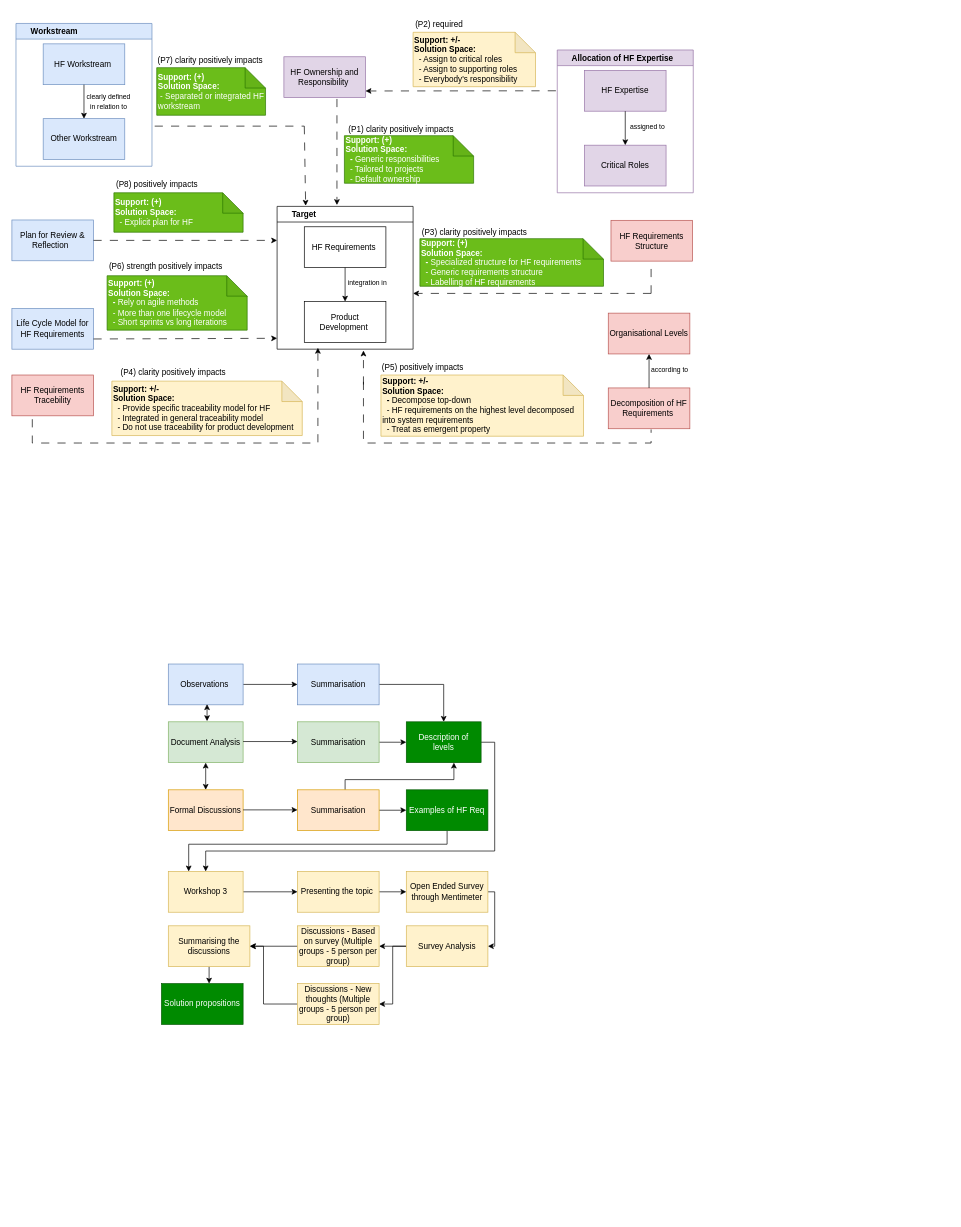
Earlier version of the draw.io diagram HF practices.drawio (amnapir/Figures). Source tidied: cells renumbered, new cells numbered last; positions are measured from the earlier drawing's top-left corner, leaving out a move shared by most shapes. Both pictures are drawn from the tidied source at 68%, with x=0, y=0 at pixel (12, 12).
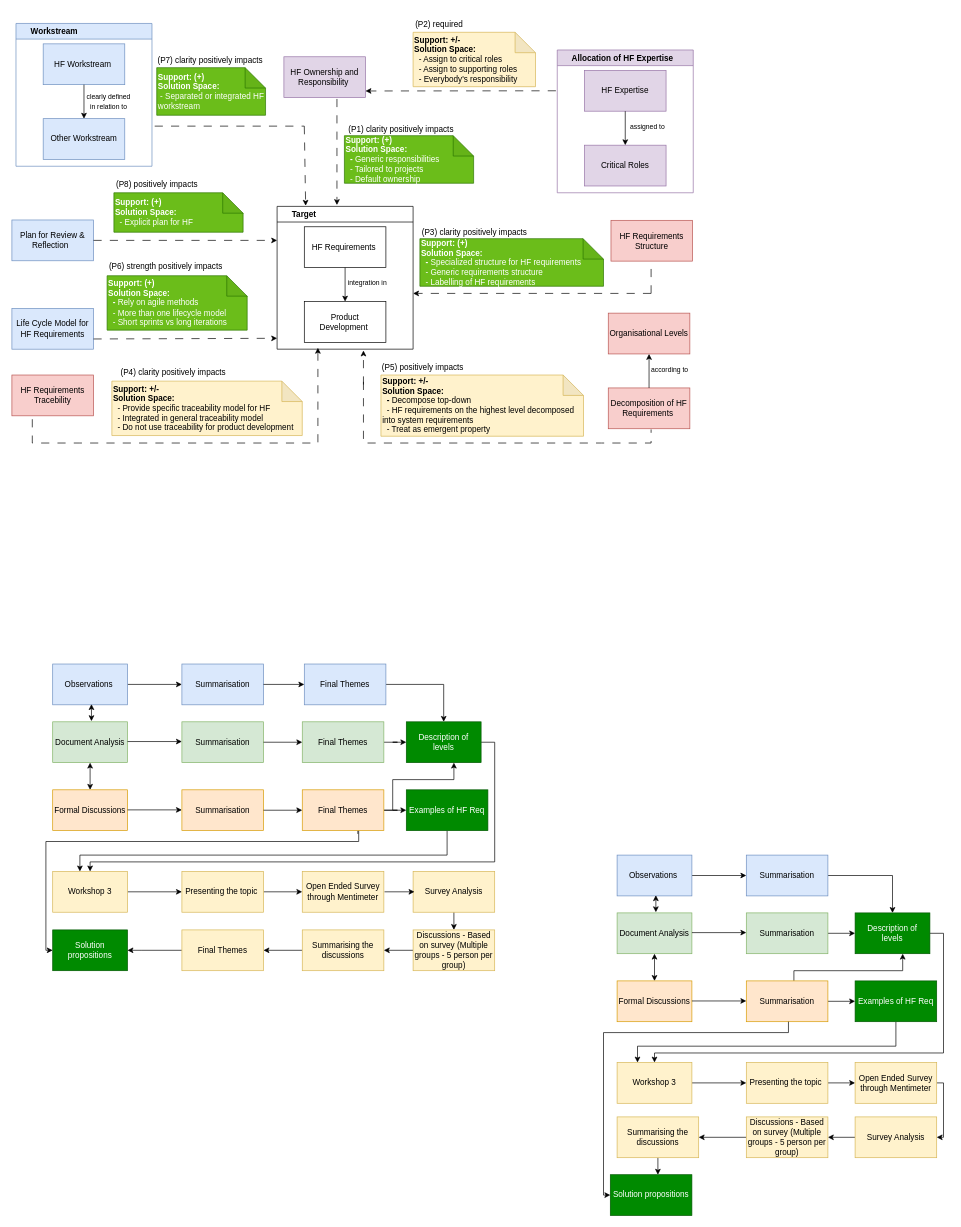
The same page after the edit.

Unchanged cells that the change refers to:
```xml
<mxCell id="74" value="Examples of HF Req" style="rounded=0;whiteSpace=wrap;html=1;fillColor=#008a00;strokeColor=#005700;fontColor=#ffffff;" parent="1" vertex="1">
  <mxGeometry x="580" y="1144" width="120" height="60" as="geometry" />
</mxCell>
<mxCell id="80" value="Description of &amp;nbsp;levels&amp;nbsp;" style="rounded=0;whiteSpace=wrap;html=1;fillColor=#008a00;strokeColor=#005700;fontColor=#ffffff;" parent="1" vertex="1">
  <mxGeometry x="580" y="1044" width="110" height="60" as="geometry" />
</mxCell>
```

Change to the diagram source:
```diff
@@
     <mxCell id="62" value="Presenting the topic&amp;nbsp;" style="rounded=0;whiteSpace=wrap;html=1;fillColor=#fff2cc;strokeColor=#d6b656;" parent="1" vertex="1">
-      <mxGeometry x="420" y="1264" width="120" height="60" as="geometry" />
+      <mxGeometry x="250" y="1264" width="120" height="60" as="geometry" />
     </mxCell>
-    <mxCell id="63" style="edgeStyle=orthogonalEdgeStyle;rounded=0;jettySize=auto;html=1;entryX=1;entryY=0.5;entryDx=0;entryDy=0;" parent="1" edge="1" source="64" target="67">
-      <mxGeometry relative="1" as="geometry">
-        <Array as="points">
-          <mxPoint x="710" y="1294" />
-          <mxPoint x="710" y="1374" />
-        </Array>
-      </mxGeometry>
-    </mxCell>
     <mxCell id="64" value="Open Ended Survey through Mentimeter" style="rounded=0;whiteSpace=wrap;html=1;fillColor=#fff2cc;strokeColor=#d6b656;" parent="1" vertex="1">
-      <mxGeometry x="580" y="1264" width="120" height="60" as="geometry" />
+      <mxGeometry x="427" y="1264" width="120" height="60" as="geometry" />
     </mxCell>
     <mxCell id="65" style="edgeStyle=orthogonalEdgeStyle;rounded=0;jettySize=auto;html=1;" parent="1" edge="1" source="67" target="87">
-      <mxGeometry relative="1" as="geometry" />
+      <mxGeometry relative="1" as="geometry">
+        <Array as="points">
+          <mxPoint x="640" y="1374" />
+        </Array>
+      </mxGeometry>
     </mxCell>
-    <mxCell id="66" style="edgeStyle=orthogonalEdgeStyle;rounded=0;jettySize=auto;html=1;entryX=1;entryY=0.5;entryDx=0;entryDy=0;" parent="1" edge="1" source="67" target="89">
-      <mxGeometry relative="1" as="geometry" />
-    </mxCell>
     <mxCell id="67" value="Survey Analysis" style="rounded=0;whiteSpace=wrap;html=1;fillColor=#fff2cc;strokeColor=#d6b656;" parent="1" vertex="1">
-      <mxGeometry x="580" y="1344" width="120" height="60" as="geometry" />
+      <mxGeometry x="590" y="1264" width="120" height="60" as="geometry" />
     </mxCell>
-    <mxCell id="68" style="edgeStyle=orthogonalEdgeStyle;rounded=0;jettySize=auto;html=1;" parent="1" edge="1" source="69" target="95">
-      <mxGeometry relative="1" as="geometry">
-        <Array as="points">
-          <mxPoint x="290" y="1430" />
-          <mxPoint x="290" y="1430" />
-        </Array>
-      </mxGeometry>
+    <mxCell id="68" style="edgeStyle=orthogonalEdgeStyle;rounded=0;jettySize=auto;html=1;" parent="1" edge="1" source="69" target="105">
+      <mxGeometry relative="1" as="geometry" />
     </mxCell>
     <mxCell id="69" value="Summarising the discussions" style="rounded=0;whiteSpace=wrap;html=1;fillColor=#fff2cc;strokeColor=#d6b656;" parent="1" vertex="1">
-      <mxGeometry x="230" y="1344" width="120" height="60" as="geometry" />
+      <mxGeometry x="427" y="1350" width="120" height="60" as="geometry" />
     </mxCell>
@@
     <mxCell id="71" value="Workshop 3" style="rounded=0;whiteSpace=wrap;html=1;fillColor=#fff2cc;strokeColor=#d6b656;" parent="1" vertex="1">
-      <mxGeometry x="230" y="1264" width="110" height="60" as="geometry" />
+      <mxGeometry x="60" y="1264" width="110" height="60" as="geometry" />
     </mxCell>
     <mxCell id="72" value="Formal Discussions" style="rounded=0;whiteSpace=wrap;html=1;fillColor=#ffe6cc;strokeColor=#d79b00;" parent="1" vertex="1">
-      <mxGeometry x="230" y="1144" width="110" height="60" as="geometry" />
+      <mxGeometry x="60" y="1144" width="110" height="60" as="geometry" />
     </mxCell>
-    <mxCell id="73" style="edgeStyle=orthogonalEdgeStyle;rounded=0;jettySize=auto;html=1;" parent="1" edge="1" source="74">
+    <mxCell id="73" style="edgeStyle=orthogonalEdgeStyle;rounded=0;jettySize=auto;html=1;" parent="1" edge="1" source="74" target="71">
       <mxGeometry relative="1" as="geometry">
-        <mxPoint x="260" y="1264" as="targetPoint" />
         <Array as="points">
-          <mxPoint x="640" y="1224" />
-          <mxPoint x="260" y="1224" />
-          <mxPoint x="260" y="1264" />
+          <mxPoint x="640" y="1240" />
+          <mxPoint x="100" y="1240" />
         </Array>
       </mxGeometry>
     </mxCell>
@@
     <mxCell id="75" value="Document Analysis" style="rounded=0;whiteSpace=wrap;html=1;fillColor=#d5e8d4;strokeColor=#82b366;" parent="1" vertex="1">
-      <mxGeometry x="230" y="1044" width="110" height="60" as="geometry" />
+      <mxGeometry x="60" y="1044" width="110" height="60" as="geometry" />
     </mxCell>
@@
-    <mxCell id="77" style="edgeStyle=orthogonalEdgeStyle;rounded=0;jettySize=auto;html=1;" parent="1" edge="1" source="78" target="80">
+    <mxCell id="77" style="edgeStyle=orthogonalEdgeStyle;rounded=0;jettySize=auto;html=1;" parent="1" edge="1" source="100" target="80">
       <mxGeometry relative="1" as="geometry" />
     </mxCell>
     <mxCell id="78" value="Summarisation" style="rounded=0;whiteSpace=wrap;html=1;fillColor=#d5e8d4;strokeColor=#82b366;" parent="1" vertex="1">
-      <mxGeometry x="420" y="1044" width="120" height="60" as="geometry" />
+      <mxGeometry x="250" y="1044" width="120" height="60" as="geometry" />
     </mxCell>
     <mxCell id="79" style="edgeStyle=orthogonalEdgeStyle;rounded=0;jettySize=auto;html=1;entryX=0.5;entryY=0;entryDx=0;entryDy=0;" parent="1" edge="1" source="80" target="71">
       <mxGeometry relative="1" as="geometry">
         <Array as="points">
           <mxPoint x="710" y="1074" />
-          <mxPoint x="710" y="1234" />
-          <mxPoint x="285" y="1234" />
+          <mxPoint x="710" y="1250" />
+          <mxPoint x="115" y="1250" />
         </Array>
       </mxGeometry>
     </mxCell>
@@
     <mxCell id="81" style="endArrow=classic;html=1;rounded=0;exitX=1;exitY=0.5;exitDx=0;exitDy=0;entryX=0;entryY=0.5;entryDx=0;entryDy=0;" parent="1" edge="1">
       <mxGeometry relative="1" as="geometry">
-        <mxPoint x="340" y="1073" as="sourcePoint" />
-        <mxPoint x="420" y="1073" as="targetPoint" />
+        <mxPoint x="170" y="1073" as="sourcePoint" />
+        <mxPoint x="250" y="1073" as="targetPoint" />
       </mxGeometry>
     </mxCell>
     <mxCell id="82" style="endArrow=classic;html=1;rounded=0;exitX=1;exitY=0.5;exitDx=0;exitDy=0;entryX=0;entryY=0.5;entryDx=0;entryDy=0;" parent="1" edge="1">
       <mxGeometry relative="1" as="geometry">
-        <mxPoint x="340" y="1173.5" as="sourcePoint" />
-        <mxPoint x="420" y="1173.5" as="targetPoint" />
+        <mxPoint x="170" y="1173.5" as="sourcePoint" />
+        <mxPoint x="250" y="1173.5" as="targetPoint" />
       </mxGeometry>
     </mxCell>
-    <mxCell id="83" style="edgeStyle=orthogonalEdgeStyle;rounded=0;jettySize=auto;html=1;" parent="1" edge="1" source="85" target="74">
+    <mxCell id="83" style="edgeStyle=orthogonalEdgeStyle;rounded=0;jettySize=auto;html=1;" parent="1" edge="1" source="101" target="74">
       <mxGeometry relative="1" as="geometry" />
     </mxCell>
-    <mxCell id="84" style="edgeStyle=orthogonalEdgeStyle;rounded=0;jettySize=auto;html=1;" parent="1" edge="1" source="85" target="80">
+    <mxCell id="84" style="edgeStyle=orthogonalEdgeStyle;rounded=0;jettySize=auto;html=1;exitX=1;exitY=0.5;exitDx=0;exitDy=0;" parent="1" edge="1" source="101" target="80">
       <mxGeometry relative="1" as="geometry">
         <Array as="points">
-          <mxPoint x="490" y="1129" />
+          <mxPoint x="560" y="1174" />
+          <mxPoint x="560" y="1129" />
           <mxPoint x="650" y="1129" />
         </Array>
       </mxGeometry>
     </mxCell>
     <mxCell id="85" value="Summarisation" style="rounded=0;whiteSpace=wrap;html=1;fillColor=#ffe6cc;strokeColor=#d79b00;" parent="1" vertex="1">
-      <mxGeometry x="420" y="1144" width="120" height="60" as="geometry" />
+      <mxGeometry x="250" y="1144" width="120" height="60" as="geometry" />
     </mxCell>
@@
     <mxCell id="87" value="Discussions - Based on survey (Multiple groups - 5 person per group)" style="rounded=0;whiteSpace=wrap;html=1;fillColor=#fff2cc;strokeColor=#d6b656;" parent="1" vertex="1">
-      <mxGeometry x="420" y="1344" width="120" height="60" as="geometry" />
+      <mxGeometry x="590" y="1350" width="120" height="60" as="geometry" />
     </mxCell>
-    <mxCell id="88" style="edgeStyle=orthogonalEdgeStyle;rounded=0;jettySize=auto;html=1;" parent="1" edge="1" source="89" target="69">
-      <mxGeometry relative="1" as="geometry">
-        <Array as="points">
-          <mxPoint x="370" y="1459" />
-          <mxPoint x="370" y="1374" />
-        </Array>
-      </mxGeometry>
-    </mxCell>
-    <mxCell id="89" value="Discussions - New thoughts (Multiple groups - 5 person per group)" style="rounded=0;whiteSpace=wrap;html=1;fillColor=#fff2cc;strokeColor=#d6b656;" parent="1" vertex="1">
-      <mxGeometry x="420" y="1429" width="120" height="60" as="geometry" />
-    </mxCell>
@@
     <mxCell id="91" value="Observations&amp;nbsp;" style="rounded=0;whiteSpace=wrap;html=1;fillColor=#dae8fc;strokeColor=#6c8ebf;" parent="1" vertex="1">
-      <mxGeometry x="230" y="959" width="110" height="60" as="geometry" />
+      <mxGeometry x="60" y="959" width="110" height="60" as="geometry" />
     </mxCell>
     <mxCell id="92" style="endArrow=classic;startArrow=classic;html=1;rounded=0;entryX=0.5;entryY=1;entryDx=0;entryDy=0;" parent="1" edge="1">
       <mxGeometry relative="1" as="geometry">
-        <mxPoint x="287" y="1043" as="sourcePoint" />
-        <mxPoint x="287" y="1018" as="targetPoint" />
+        <mxPoint x="117" y="1043" as="sourcePoint" />
+        <mxPoint x="117" y="1018" as="targetPoint" />
       </mxGeometry>
     </mxCell>
-    <mxCell id="93" style="edgeStyle=orthogonalEdgeStyle;rounded=0;jettySize=auto;html=1;entryX=0.5;entryY=0;entryDx=0;entryDy=0;" parent="1" edge="1" source="94" target="80">
+    <mxCell id="93" style="edgeStyle=orthogonalEdgeStyle;rounded=0;jettySize=auto;html=1;entryX=0.5;entryY=0;entryDx=0;entryDy=0;" parent="1" edge="1" source="97" target="80">
       <mxGeometry relative="1" as="geometry" />
     </mxCell>
     <mxCell id="94" value="Summarisation" style="rounded=0;whiteSpace=wrap;html=1;fillColor=#dae8fc;strokeColor=#6c8ebf;" parent="1" vertex="1">
-      <mxGeometry x="420" y="959" width="120" height="60" as="geometry" />
+      <mxGeometry x="250" y="959" width="120" height="60" as="geometry" />
     </mxCell>
     <mxCell id="95" value="Solution propositions" style="rounded=0;whiteSpace=wrap;html=1;fillColor=#008a00;strokeColor=#005700;fontColor=#ffffff;" parent="1" vertex="1">
-      <mxGeometry x="220" y="1429" width="120" height="60" as="geometry" />
+      <mxGeometry x="60" y="1350" width="110" height="60" as="geometry" />
     </mxCell>
+    <mxCell id="96" style="edgeStyle=orthogonalEdgeStyle;rounded=0;jettySize=auto;html=1;exitX=0.681;exitY=1.081;exitDx=0;exitDy=0;exitPerimeter=0;" parent="1" edge="1" source="101" target="95">
+      <mxGeometry relative="1" as="geometry">
+        <Array as="points">
+          <mxPoint x="509" y="1204" />
+          <mxPoint x="510" y="1204" />
+          <mxPoint x="510" y="1220" />
+          <mxPoint x="50" y="1220" />
+          <mxPoint x="50" y="1380" />
+        </Array>
+      </mxGeometry>
+    </mxCell>
+    <mxCell id="97" value="Final Themes" style="rounded=0;whiteSpace=wrap;html=1;fillColor=#dae8fc;strokeColor=#6c8ebf;" parent="1" vertex="1">
+      <mxGeometry x="430" y="959" width="120" height="60" as="geometry" />
+    </mxCell>
+    <mxCell id="98" style="edgeStyle=orthogonalEdgeStyle;rounded=0;orthogonalLoop=1;jettySize=auto;html=1;" parent="1" edge="1">
+      <mxGeometry relative="1" as="geometry">
+        <mxPoint x="370" y="989" as="sourcePoint" />
+        <mxPoint x="430" y="989" as="targetPoint" />
+      </mxGeometry>
+    </mxCell>
+    <mxCell id="99" style="edgeStyle=orthogonalEdgeStyle;rounded=0;jettySize=auto;html=1;" parent="1" edge="1" source="78" target="100">
+      <mxGeometry relative="1" as="geometry" />
+    </mxCell>
+    <mxCell id="100" value="Final Themes" style="rounded=0;whiteSpace=wrap;html=1;fillColor=#d5e8d4;strokeColor=#82b366;" parent="1" vertex="1">
+      <mxGeometry x="427" y="1044" width="120" height="60" as="geometry" />
+    </mxCell>
+    <mxCell id="101" value="Final Themes" style="rounded=0;whiteSpace=wrap;html=1;fillColor=#ffe6cc;strokeColor=#d79b00;" parent="1" vertex="1">
+      <mxGeometry x="427" y="1144" width="120" height="60" as="geometry" />
+    </mxCell>
+    <mxCell id="102" style="endArrow=classic;html=1;rounded=0;entryX=0;entryY=0.5;entryDx=0;entryDy=0;" parent="1" edge="1" target="101">
+      <mxGeometry relative="1" as="geometry">
+        <mxPoint x="370" y="1174" as="sourcePoint" />
+      </mxGeometry>
+    </mxCell>
+    <mxCell id="103" style="edgeStyle=orthogonalEdgeStyle;rounded=0;orthogonalLoop=1;jettySize=auto;html=1;entryX=0;entryY=0.5;entryDx=0;entryDy=0;" parent="1" edge="1">
+      <mxGeometry relative="1" as="geometry">
+        <mxPoint x="548" y="1294" as="sourcePoint" />
+        <mxPoint x="592" y="1294" as="targetPoint" />
+      </mxGeometry>
+    </mxCell>
+    <mxCell id="104" style="edgeStyle=orthogonalEdgeStyle;rounded=0;jettySize=auto;html=1;" parent="1" edge="1" source="105" target="95">
+      <mxGeometry relative="1" as="geometry">
+        <Array as="points">
+          <mxPoint x="190" y="1380" />
+          <mxPoint x="190" y="1380" />
+        </Array>
+      </mxGeometry>
+    </mxCell>
+    <mxCell id="105" value="Final Themes" style="rounded=0;whiteSpace=wrap;html=1;fillColor=#fff2cc;strokeColor=#d6b656;" parent="1" vertex="1">
+      <mxGeometry x="250" y="1350" width="120" height="60" as="geometry" />
+    </mxCell>
+    <mxCell id="106" style="edgeStyle=orthogonalEdgeStyle;rounded=0;jettySize=auto;html=1;entryX=0;entryY=0.5;entryDx=0;entryDy=0;" parent="1" edge="1" source="107" target="109">
+      <mxGeometry relative="1" as="geometry" />
+    </mxCell>
+    <mxCell id="107" value="Presenting the topic&amp;nbsp;" style="rounded=0;whiteSpace=wrap;html=1;fillColor=#fff2cc;strokeColor=#d6b656;" parent="1" vertex="1">
+      <mxGeometry x="1080" y="1545" width="120" height="60" as="geometry" />
+    </mxCell>
+    <mxCell id="108" style="edgeStyle=orthogonalEdgeStyle;rounded=0;jettySize=auto;html=1;entryX=1;entryY=0.5;entryDx=0;entryDy=0;" parent="1" edge="1" source="109" target="111">
+      <mxGeometry relative="1" as="geometry">
+        <Array as="points">
+          <mxPoint x="1370" y="1575" />
+          <mxPoint x="1370" y="1655" />
+        </Array>
+      </mxGeometry>
+    </mxCell>
+    <mxCell id="109" value="Open Ended Survey through Mentimeter" style="rounded=0;whiteSpace=wrap;html=1;fillColor=#fff2cc;strokeColor=#d6b656;" parent="1" vertex="1">
+      <mxGeometry x="1240" y="1545" width="120" height="60" as="geometry" />
+    </mxCell>
+    <mxCell id="110" style="edgeStyle=orthogonalEdgeStyle;rounded=0;jettySize=auto;html=1;" parent="1" edge="1" source="111" target="131">
+      <mxGeometry relative="1" as="geometry" />
+    </mxCell>
+    <mxCell id="111" value="Survey Analysis" style="rounded=0;whiteSpace=wrap;html=1;fillColor=#fff2cc;strokeColor=#d6b656;" parent="1" vertex="1">
+      <mxGeometry x="1240" y="1625" width="120" height="60" as="geometry" />
+    </mxCell>
+    <mxCell id="112" style="edgeStyle=orthogonalEdgeStyle;rounded=0;jettySize=auto;html=1;" parent="1" edge="1" source="113" target="137">
+      <mxGeometry relative="1" as="geometry">
+        <Array as="points">
+          <mxPoint x="950" y="1711" />
+          <mxPoint x="950" y="1711" />
+        </Array>
+      </mxGeometry>
+    </mxCell>
+    <mxCell id="113" value="Summarising the discussions" style="rounded=0;whiteSpace=wrap;html=1;fillColor=#fff2cc;strokeColor=#d6b656;" parent="1" vertex="1">
+      <mxGeometry x="890" y="1625" width="120" height="60" as="geometry" />
+    </mxCell>
+    <mxCell id="114" style="edgeStyle=orthogonalEdgeStyle;rounded=0;jettySize=auto;html=1;" parent="1" edge="1" source="115" target="107">
+      <mxGeometry relative="1" as="geometry" />
+    </mxCell>
+    <mxCell id="115" value="Workshop 3" style="rounded=0;whiteSpace=wrap;html=1;fillColor=#fff2cc;strokeColor=#d6b656;" parent="1" vertex="1">
+      <mxGeometry x="890" y="1545" width="110" height="60" as="geometry" />
+    </mxCell>
+    <mxCell id="116" value="Formal Discussions" style="rounded=0;whiteSpace=wrap;html=1;fillColor=#ffe6cc;strokeColor=#d79b00;" parent="1" vertex="1">
+      <mxGeometry x="890" y="1425" width="110" height="60" as="geometry" />
+    </mxCell>
+    <mxCell id="117" style="edgeStyle=orthogonalEdgeStyle;rounded=0;jettySize=auto;html=1;" parent="1" edge="1" source="118">
+      <mxGeometry relative="1" as="geometry">
+        <mxPoint x="920" y="1545" as="targetPoint" />
+        <Array as="points">
+          <mxPoint x="1300" y="1521" />
+          <mxPoint x="920" y="1521" />
+        </Array>
+      </mxGeometry>
+    </mxCell>
+    <mxCell id="118" value="Examples of HF Req" style="rounded=0;whiteSpace=wrap;html=1;fillColor=#008a00;strokeColor=#005700;fontColor=#ffffff;" parent="1" vertex="1">
+      <mxGeometry x="1240" y="1425" width="120" height="60" as="geometry" />
+    </mxCell>
+    <mxCell id="119" value="Document Analysis" style="rounded=0;whiteSpace=wrap;html=1;fillColor=#d5e8d4;strokeColor=#82b366;" parent="1" vertex="1">
+      <mxGeometry x="890" y="1325" width="110" height="60" as="geometry" />
+    </mxCell>
+    <mxCell id="120" style="endArrow=classic;startArrow=classic;html=1;rounded=0;entryX=0.5;entryY=1;entryDx=0;entryDy=0;" parent="1" edge="1" source="116" target="119">
+      <mxGeometry relative="1" as="geometry" />
+    </mxCell>
+    <mxCell id="121" style="edgeStyle=orthogonalEdgeStyle;rounded=0;jettySize=auto;html=1;" parent="1" edge="1" source="122" target="124">
+      <mxGeometry relative="1" as="geometry" />
+    </mxCell>
+    <mxCell id="122" value="Summarisation" style="rounded=0;whiteSpace=wrap;html=1;fillColor=#d5e8d4;strokeColor=#82b366;" parent="1" vertex="1">
+      <mxGeometry x="1080" y="1325" width="120" height="60" as="geometry" />
+    </mxCell>
+    <mxCell id="123" style="edgeStyle=orthogonalEdgeStyle;rounded=0;jettySize=auto;html=1;entryX=0.5;entryY=0;entryDx=0;entryDy=0;" parent="1" edge="1" source="124" target="115">
+      <mxGeometry relative="1" as="geometry">
+        <Array as="points">
+          <mxPoint x="1370" y="1355" />
+          <mxPoint x="1370" y="1531" />
+          <mxPoint x="945" y="1531" />
+        </Array>
+      </mxGeometry>
+    </mxCell>
+    <mxCell id="124" value="Description of &amp;nbsp;levels&amp;nbsp;" style="rounded=0;whiteSpace=wrap;html=1;fillColor=#008a00;strokeColor=#005700;fontColor=#ffffff;" parent="1" vertex="1">
+      <mxGeometry x="1240" y="1325" width="110" height="60" as="geometry" />
+    </mxCell>
+    <mxCell id="125" style="endArrow=classic;html=1;rounded=0;exitX=1;exitY=0.5;exitDx=0;exitDy=0;entryX=0;entryY=0.5;entryDx=0;entryDy=0;" parent="1" edge="1">
+      <mxGeometry relative="1" as="geometry">
+        <mxPoint x="1000" y="1354" as="sourcePoint" />
+        <mxPoint x="1080" y="1354" as="targetPoint" />
+      </mxGeometry>
+    </mxCell>
+    <mxCell id="126" style="endArrow=classic;html=1;rounded=0;exitX=1;exitY=0.5;exitDx=0;exitDy=0;entryX=0;entryY=0.5;entryDx=0;entryDy=0;" parent="1" edge="1">
+      <mxGeometry relative="1" as="geometry">
+        <mxPoint x="1000" y="1454.5" as="sourcePoint" />
+        <mxPoint x="1080" y="1454.5" as="targetPoint" />
+      </mxGeometry>
+    </mxCell>
+    <mxCell id="127" style="edgeStyle=orthogonalEdgeStyle;rounded=0;jettySize=auto;html=1;" parent="1" edge="1" source="129" target="118">
+      <mxGeometry relative="1" as="geometry" />
+    </mxCell>
+    <mxCell id="128" style="edgeStyle=orthogonalEdgeStyle;rounded=0;jettySize=auto;html=1;" parent="1" edge="1" source="129" target="124">
+      <mxGeometry relative="1" as="geometry">
+        <Array as="points">
+          <mxPoint x="1150" y="1410" />
+          <mxPoint x="1310" y="1410" />
+        </Array>
+      </mxGeometry>
+    </mxCell>
+    <mxCell id="129" value="Summarisation" style="rounded=0;whiteSpace=wrap;html=1;fillColor=#ffe6cc;strokeColor=#d79b00;" parent="1" vertex="1">
+      <mxGeometry x="1080" y="1425" width="120" height="60" as="geometry" />
+    </mxCell>
+    <mxCell id="130" style="edgeStyle=orthogonalEdgeStyle;rounded=0;jettySize=auto;html=1;" parent="1" edge="1" source="131" target="113">
+      <mxGeometry relative="1" as="geometry" />
+    </mxCell>
+    <mxCell id="131" value="Discussions - Based on survey (Multiple groups - 5 person per group)" style="rounded=0;whiteSpace=wrap;html=1;fillColor=#fff2cc;strokeColor=#d6b656;" parent="1" vertex="1">
+      <mxGeometry x="1080" y="1625" width="120" height="60" as="geometry" />
+    </mxCell>
+    <mxCell id="132" style="edgeStyle=orthogonalEdgeStyle;rounded=0;jettySize=auto;html=1;" parent="1" edge="1" source="133" target="136">
+      <mxGeometry relative="1" as="geometry" />
+    </mxCell>
+    <mxCell id="133" value="Observations&amp;nbsp;" style="rounded=0;whiteSpace=wrap;html=1;fillColor=#dae8fc;strokeColor=#6c8ebf;" parent="1" vertex="1">
+      <mxGeometry x="890" y="1240" width="110" height="60" as="geometry" />
+    </mxCell>
+    <mxCell id="134" style="endArrow=classic;startArrow=classic;html=1;rounded=0;entryX=0.5;entryY=1;entryDx=0;entryDy=0;" parent="1" edge="1">
+      <mxGeometry relative="1" as="geometry">
+        <mxPoint x="947" y="1324" as="sourcePoint" />
+        <mxPoint x="947" y="1299" as="targetPoint" />
+      </mxGeometry>
+    </mxCell>
+    <mxCell id="135" style="edgeStyle=orthogonalEdgeStyle;rounded=0;jettySize=auto;html=1;entryX=0.5;entryY=0;entryDx=0;entryDy=0;" parent="1" edge="1" source="136" target="124">
+      <mxGeometry relative="1" as="geometry" />
+    </mxCell>
+    <mxCell id="136" value="Summarisation" style="rounded=0;whiteSpace=wrap;html=1;fillColor=#dae8fc;strokeColor=#6c8ebf;" parent="1" vertex="1">
+      <mxGeometry x="1080" y="1240" width="120" height="60" as="geometry" />
+    </mxCell>
+    <mxCell id="137" value="Solution propositions" style="rounded=0;whiteSpace=wrap;html=1;fillColor=#008a00;strokeColor=#005700;fontColor=#ffffff;" parent="1" vertex="1">
+      <mxGeometry x="880" y="1710" width="120" height="60" as="geometry" />
+    </mxCell>
+    <mxCell id="138" style="edgeStyle=orthogonalEdgeStyle;rounded=0;jettySize=auto;html=1;entryX=0;entryY=0.5;entryDx=0;entryDy=0;" parent="1" edge="1" target="137">
+      <mxGeometry relative="1" as="geometry">
+        <mxPoint x="1142" y="1485" as="sourcePoint" />
+        <Array as="points">
+          <mxPoint x="1142" y="1501" />
+          <mxPoint x="870" y="1501" />
+          <mxPoint x="870" y="1740" />
+        </Array>
+      </mxGeometry>
+    </mxCell>
```
